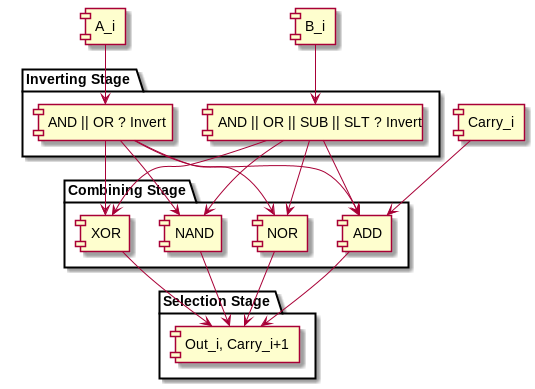
This is uml/alu1.png from concavegit/ALU, a PlantUML export, as it was before one commit.
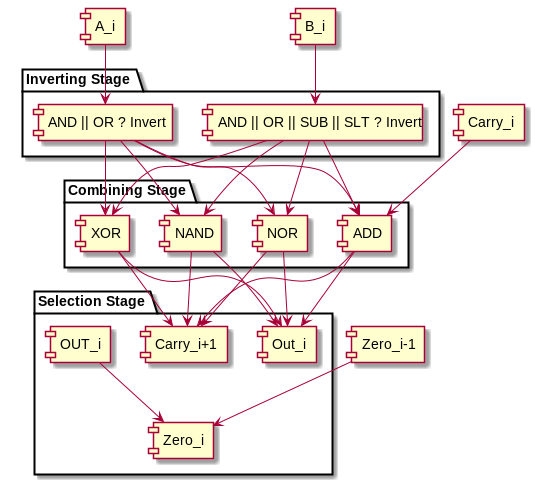
Above is the later version.

The edit, as a diff of the source:
```diff
@@ -2,6 +2,7 @@
 [A_i]
 [B_i]
 [Carry_i]
+[Zero_i-1]
 
 package "Inverting Stage" {
         [A_i] --> [AND || OR ? Invert]
@@ -24,10 +25,16 @@
 }
 
 package "Selection Stage" {
-        [ADD] --> [Out_i, Carry_i+1]
-        [NOR] --> [Out_i, Carry_i+1]
-        [NAND] --> [Out_i, Carry_i+1]
-        [XOR] --> [Out_i, Carry_i+1]
+        [ADD] --> [Out_i]
+        [ADD] --> [Carry_i+1]
+        [NOR] --> [Out_i]
+        [NOR] --> [Carry_i+1]
+        [NAND] --> [Out_i]
+        [NAND] --> [Carry_i+1]
+        [XOR] --> [Out_i]
+        [XOR] --> [Carry_i+1]
+        [OUT_i] --> [Zero_i]
+        [Zero_i-1] --> [Zero_i]
 }
 
 @enduml
```
